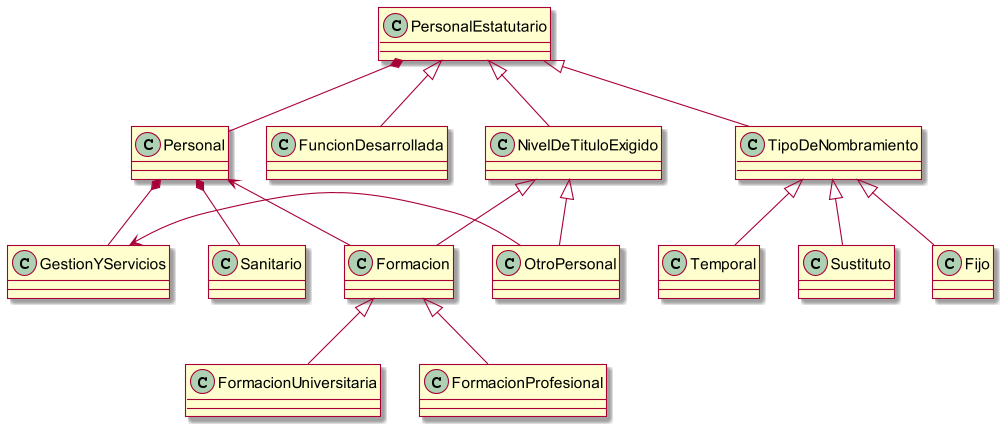
Earlier version of the PlantUML export PersonalEstatutario/PersonalEstatutarioDomainModel_V1.png (ferbarret/Modelado). The source it was exported from:
```plantuml
@startuml
skin rose
scale 1.1

class PersonalEstatutario
class "FuncionDesarrollada" as Funcion
class "NivelDeTituloExigido" as Nivel
class "TipoDeNombramiento" as Tipo

PersonalEstatutario *-down- Personal

PersonalEstatutario <|-down- Funcion
PersonalEstatutario <|-down- Nivel
PersonalEstatutario <|-down- Tipo



Personal *-down- Sanitario
Personal *-down- GestionYServicios

Nivel <|-down- Formacion

Nivel <|-down- OtroPersonal

Tipo <|-down- Fijo
Tipo <|-down- Temporal
Tipo <|-down- Sustituto
OtroPersonal -left-> GestionYServicios

Formacion <|-down- FormacionUniversitaria
Formacion <|-down- FormacionProfesional

Formacion -left-> Personal

@enduml
```
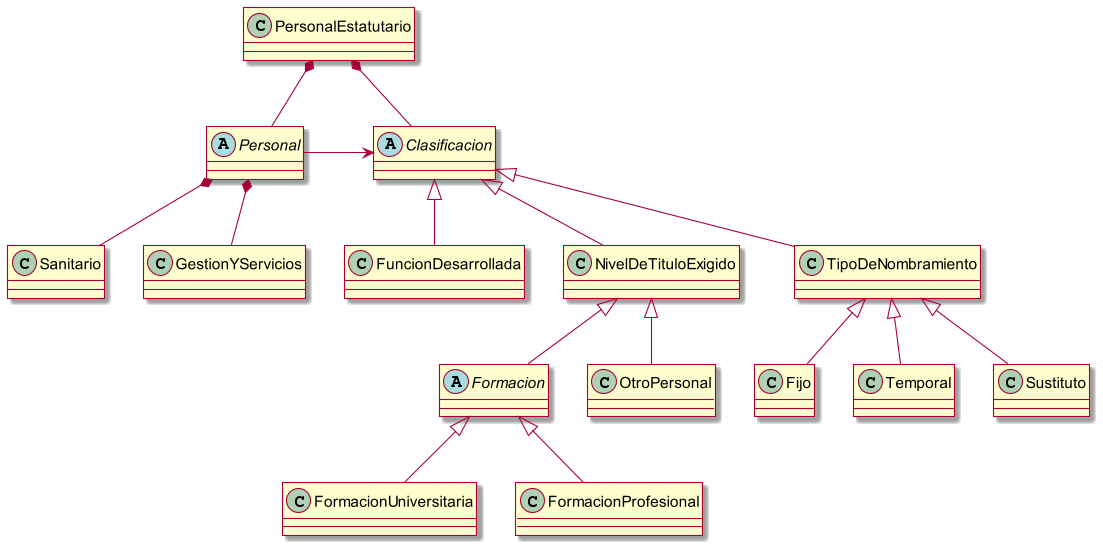
The same file after the commit.

Diff of the diagram source:
```diff
@@ -3,33 +3,33 @@
 scale 1.1
 
 class PersonalEstatutario
+
 class "FuncionDesarrollada" as Funcion
 class "NivelDeTituloExigido" as Nivel
 class "TipoDeNombramiento" as Tipo
 
+abstract class Personal
 PersonalEstatutario *-down- Personal
-
-PersonalEstatutario <|-down- Funcion
-PersonalEstatutario <|-down- Nivel
-PersonalEstatutario <|-down- Tipo
-
-
+PersonalEstatutario *-down- Clasificacion
+abstract class Clasificacion
+Personal -right-> Clasificacion
 
 Personal *-down- Sanitario
 Personal *-down- GestionYServicios
 
+Clasificacion <|-down- Funcion
+Clasificacion <|-down- Nivel
+Clasificacion <|-down- Tipo
+
+abstract class Formacion
 Nivel <|-down- Formacion
-
 Nivel <|-down- OtroPersonal
 
 Tipo <|-down- Fijo
 Tipo <|-down- Temporal
 Tipo <|-down- Sustituto
-OtroPersonal -left-> GestionYServicios
 
 Formacion <|-down- FormacionUniversitaria
 Formacion <|-down- FormacionProfesional
 
-Formacion -left-> Personal
-
 @enduml
```
